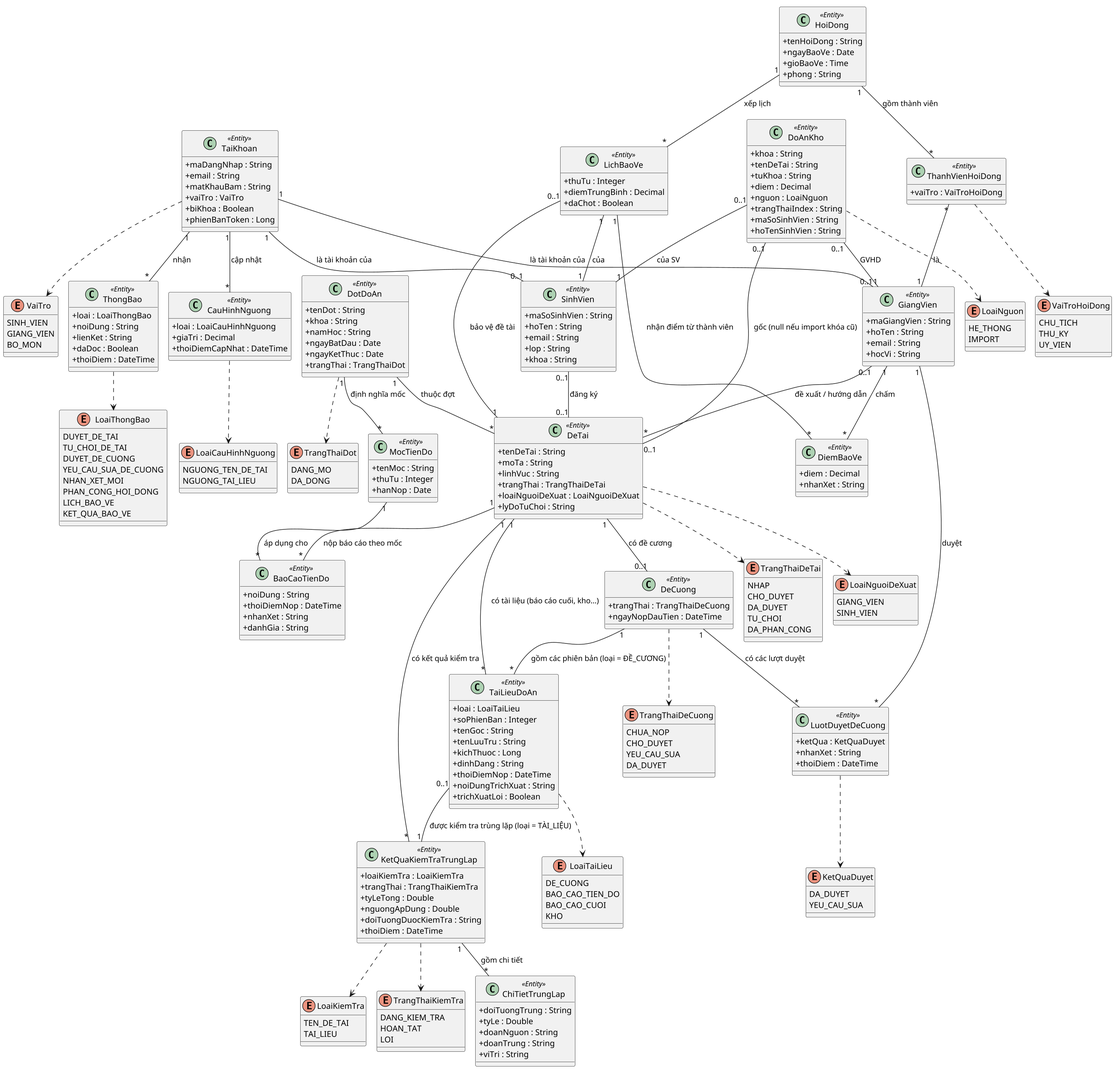
The PlantUML diagram docs/chuong-3-thiet-ke/so-do-lop/lop-thuc-the.png in dtc235200036-alt/ICTU-DATN-NguyenThiMaiAnh, before a commit.
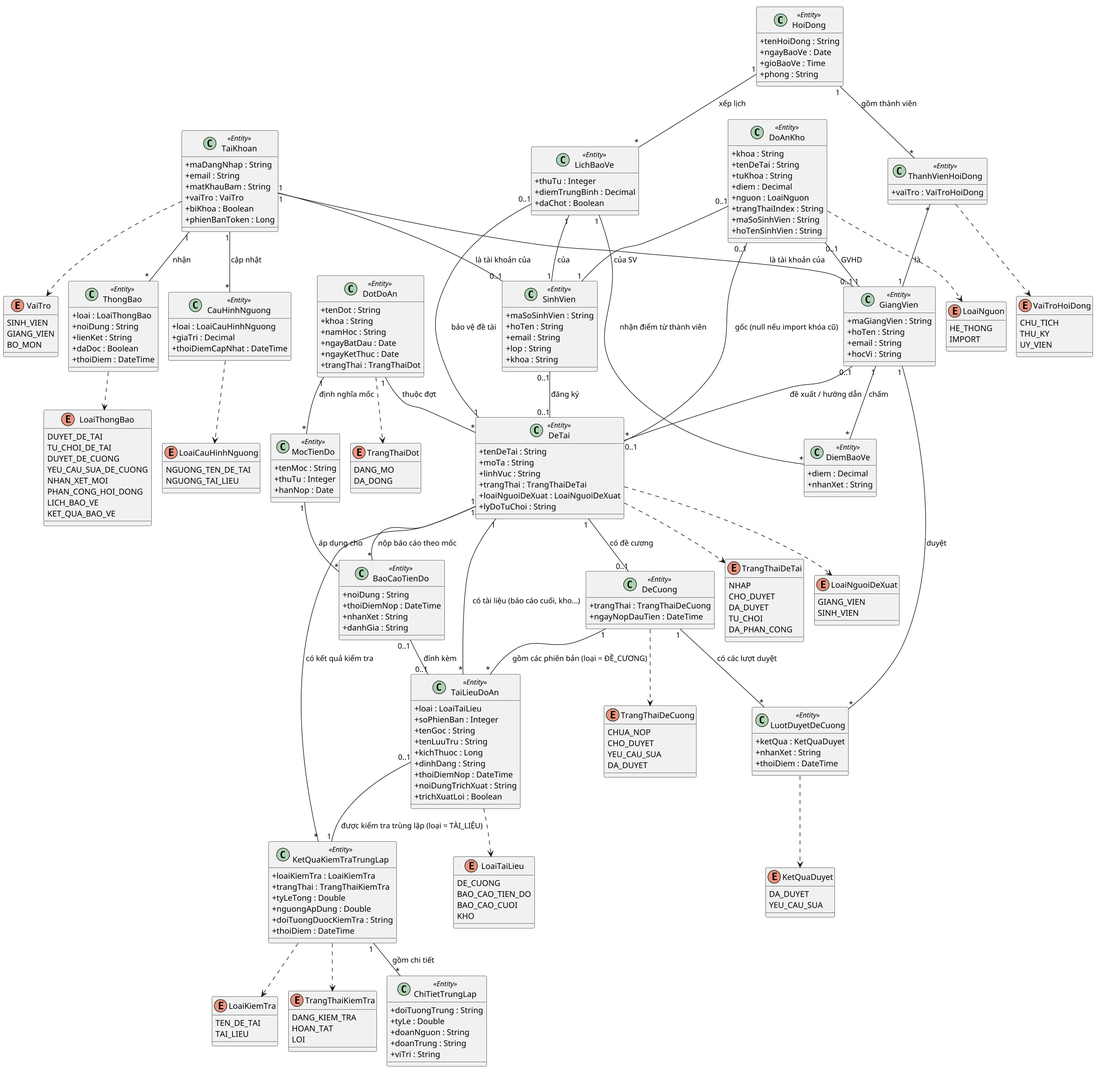
Above is the later version.

Diff of the diagram source:
```diff
@@ -247,6 +247,7 @@
 GiangVien "1" -- "*" LuotDuyetDeCuong : "duyệt"
 DeTai "1" -- "*" BaoCaoTienDo : "nộp báo cáo theo mốc"
 MocTienDo "1" -- "*" BaoCaoTienDo : "áp dụng cho"
+BaoCaoTienDo "0..1" -- "0..1" TaiLieuDoAn : "đính kèm"
 DeTai "1" -- "*" TaiLieuDoAn : "có tài liệu (báo cáo cuối, kho...)"
 TaiLieuDoAn "0..1" -- "1" KetQuaKiemTraTrungLap : "được kiểm tra trùng lặp (loại = TÀI_LIỆU)"
 
```
